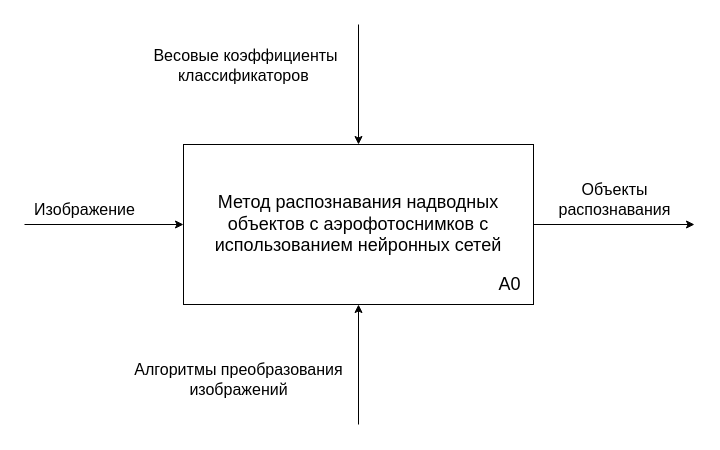
Above: page "method" (12 of 14) of docs/drawio/research-schemas.drawio in migregal/bmstu-iu7-thesis (draw.io), before the change. Source tidied: cells renumbered, new cells numbered last; positions are measured from the earlier drawing's top-left corner, leaving out a move shared by most shapes. Both pictures are drawn from the tidied source at 100%, with x=0, y=0 at pixel (19, 24).
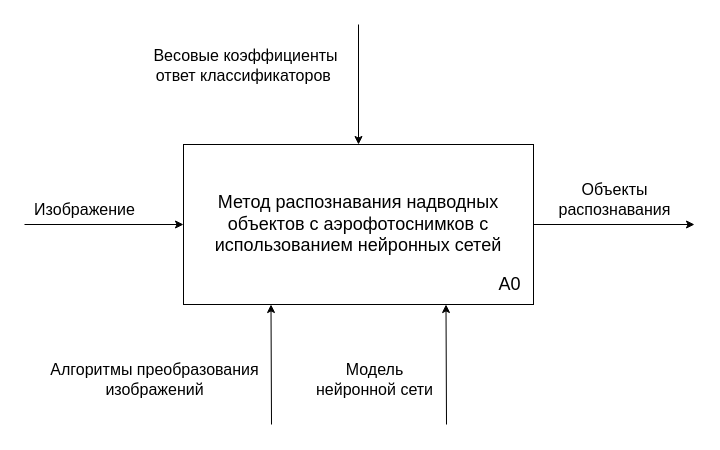
Above is the later version.

What changed in the source:
```diff
@@
 <mxGraphModel>
   <root>
     <mxCell id="0" />
     <mxCell id="1" parent="0" />
     <mxCell id="2" value="&lt;font style=&quot;font-size: 18px;&quot;&gt;Метод распознавания надводных&lt;br&gt;объектов с аэрофотоснимков с&lt;br&gt;использованием нейронных сетей&lt;/font&gt;" style="rounded=0;whiteSpace=wrap;html=1;" parent="1" vertex="1">
       <mxGeometry x="164" y="120" width="350" height="160" as="geometry" />
     </mxCell>
     <mxCell id="3" value="A0" style="text;html=1;align=center;verticalAlign=middle;strokeColor=none;fillColor=none;fontSize=18;" parent="1" vertex="1">
       <mxGeometry x="465" y="240" width="50" height="40" as="geometry" />
     </mxCell>
     <mxCell id="4" style="endArrow=classic;html=1;rounded=0;entryX=0;entryY=0.5;entryDx=0;entryDy=0;" parent="1" edge="1" target="2">
       <mxGeometry relative="1" as="geometry">
         <mxPoint x="5" y="200" as="sourcePoint" />
       </mxGeometry>
     </mxCell>
-    <mxCell id="5" style="endArrow=classic;html=1;rounded=0;entryX=0.5;entryY=1;entryDx=0;entryDy=0;" parent="1" edge="1" target="2">
+    <mxCell id="5" style="endArrow=classic;html=1;rounded=0;entryX=0.25;entryY=1;entryDx=0;entryDy=0;" parent="1" edge="1" target="2">
       <mxGeometry relative="1" as="geometry">
-        <mxPoint x="339" y="400" as="sourcePoint" />
+        <mxPoint x="252" y="400" as="sourcePoint" />
       </mxGeometry>
     </mxCell>
     <mxCell id="6" style="endArrow=classic;html=1;rounded=0;entryX=0.5;entryY=0;entryDx=0;entryDy=0;" parent="1" edge="1" target="2">
       <mxGeometry relative="1" as="geometry">
         <mxPoint x="339" as="sourcePoint" />
       </mxGeometry>
     </mxCell>
-    <mxCell id="7" value="Весовые коэффициенты&lt;br&gt;классификаторов&amp;nbsp;" style="edgeLabel;html=1;align=center;verticalAlign=middle;fontSize=16;labelBackgroundColor=none;" parent="6" vertex="1">
+    <mxCell id="7" value="Весовые коэффициенты&lt;br&gt;ответ классификаторов&amp;nbsp;" style="edgeLabel;html=1;align=center;verticalAlign=middle;fontSize=16;labelBackgroundColor=none;" parent="6" vertex="1">
       <mxGeometry x="-0.27" y="3" relative="1" as="geometry">
         <mxPoint x="-117" y="-4" as="offset" />
       </mxGeometry>
     </mxCell>
     <mxCell id="8" style="endArrow=classic;html=1;rounded=0;exitX=1;exitY=0.5;exitDx=0;exitDy=0;" parent="1" edge="1" source="2">
       <mxGeometry relative="1" as="geometry">
         <mxPoint x="675" y="200" as="targetPoint" />
       </mxGeometry>
     </mxCell>
     <mxCell id="9" value="Алгоритмы&amp;nbsp;преобразования &lt;br style=&quot;font-size: 16px;&quot;&gt;изображений" style="text;html=1;align=center;verticalAlign=middle;strokeColor=none;fillColor=none;fontSize=16;" parent="1" vertex="1">
-      <mxGeometry x="99" y="330" width="240" height="50" as="geometry" />
+      <mxGeometry x="15" y="330" width="240" height="50" as="geometry" />
     </mxCell>
     <mxCell id="10" value="Изображение" style="text;html=1;align=center;verticalAlign=middle;strokeColor=none;fillColor=none;fontSize=16;" parent="1" vertex="1">
       <mxGeometry y="170" width="130" height="30" as="geometry" />
     </mxCell>
     <mxCell id="11" value="Объекты&lt;br&gt;распознавания" style="text;html=1;align=center;verticalAlign=middle;strokeColor=none;fillColor=none;fontSize=16;" parent="1" vertex="1">
       <mxGeometry x="525" y="150" width="140" height="50" as="geometry" />
     </mxCell>
+    <mxCell id="12" style="endArrow=classic;html=1;rounded=0;entryX=0.75;entryY=1;entryDx=0;entryDy=0;" parent="1" edge="1" target="2">
+      <mxGeometry relative="1" as="geometry">
+        <mxPoint x="427" y="400" as="sourcePoint" />
+      </mxGeometry>
+    </mxCell>
+    <mxCell id="13" value="Модель &lt;br&gt;нейронной сети" style="text;html=1;align=center;verticalAlign=middle;strokeColor=none;fillColor=none;fontSize=16;" parent="1" vertex="1">
+      <mxGeometry x="285" y="330" width="140" height="50" as="geometry" />
+    </mxCell>
   </root>
 </mxGraphModel>
```
